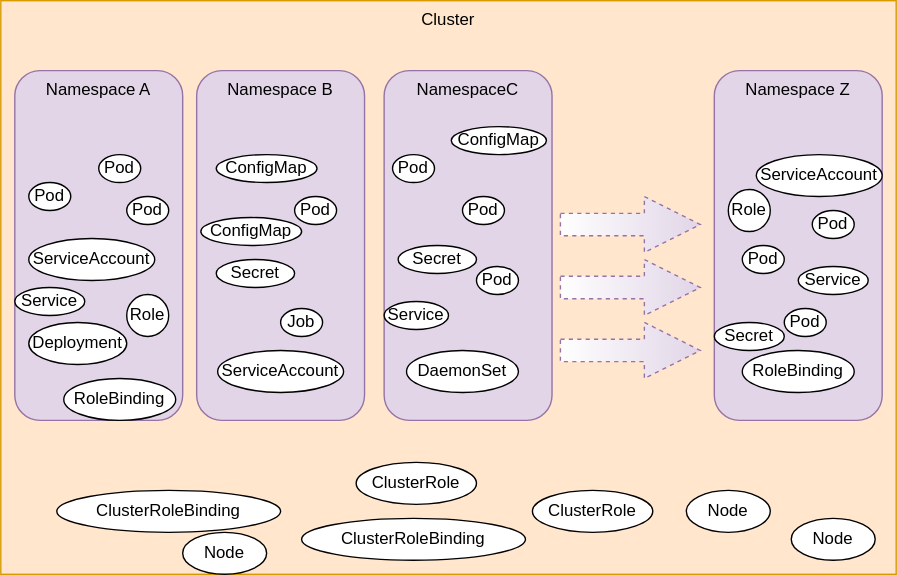
This is images/namespace.svg from obeyler/Formation-K8S, a draw.io export, as it was before one commit. Source tidied: cells renumbered, new cells last; positions are measured from the earlier drawing's top-left corner, leaving out a move shared by most shapes. Source of this version:
```xml
<mxGraphModel>
  <root>
    <mxCell id="0" />
    <mxCell id="1" parent="0" />
    <mxCell id="2" value="Cluster" style="rounded=0;whiteSpace=wrap;html=1;verticalAlign=top;align=center;fillColor=#ffe6cc;strokeColor=#d79b00;" parent="1" vertex="1">
      <mxGeometry width="640" height="410" as="geometry" />
    </mxCell>
    <mxCell id="3" value="Namespace A" style="rounded=1;whiteSpace=wrap;html=1;verticalAlign=top;fillColor=#e1d5e7;strokeColor=#9673a6;" parent="1" vertex="1">
      <mxGeometry x="10" y="50" width="120" height="250" as="geometry" />
    </mxCell>
    <mxCell id="4" value="Namespace B" style="rounded=1;whiteSpace=wrap;html=1;verticalAlign=top;fillColor=#e1d5e7;strokeColor=#9673a6;" parent="1" vertex="1">
      <mxGeometry x="140" y="50" width="120" height="250" as="geometry" />
    </mxCell>
    <mxCell id="5" value="NamespaceC" style="rounded=1;whiteSpace=wrap;html=1;verticalAlign=top;fillColor=#e1d5e7;strokeColor=#9673a6;" parent="1" vertex="1">
      <mxGeometry x="274" y="50" width="120" height="250" as="geometry" />
    </mxCell>
    <mxCell id="6" value="Namespace Z" style="rounded=1;whiteSpace=wrap;html=1;verticalAlign=top;fillColor=#e1d5e7;strokeColor=#9673a6;" parent="1" vertex="1">
      <mxGeometry x="510" y="50" width="120" height="250" as="geometry" />
    </mxCell>
    <mxCell id="7" value="Pod" style="ellipse;whiteSpace=wrap;html=1;" parent="1" vertex="1">
      <mxGeometry x="20" y="130" width="30" height="20" as="geometry" />
    </mxCell>
    <mxCell id="8" value="Job" style="ellipse;whiteSpace=wrap;html=1;" parent="1" vertex="1">
      <mxGeometry x="200" y="220" width="30" height="20" as="geometry" />
    </mxCell>
    <mxCell id="9" value="Deployment" style="ellipse;whiteSpace=wrap;html=1;" parent="1" vertex="1">
      <mxGeometry x="20" y="230" width="70" height="30" as="geometry" />
    </mxCell>
    <mxCell id="10" value="DaemonSet" style="ellipse;whiteSpace=wrap;html=1;" parent="1" vertex="1">
      <mxGeometry x="290" y="250" width="80" height="30" as="geometry" />
    </mxCell>
    <mxCell id="11" value="Role" style="ellipse;whiteSpace=wrap;html=1;" parent="1" vertex="1">
      <mxGeometry x="520" y="135" width="30" height="30" as="geometry" />
    </mxCell>
    <mxCell id="12" value="ClusterRoleBinding" style="ellipse;whiteSpace=wrap;html=1;" parent="1" vertex="1">
      <mxGeometry x="40" y="350" width="160" height="30" as="geometry" />
    </mxCell>
    <mxCell id="13" value="ServiceAccount" style="ellipse;whiteSpace=wrap;html=1;" parent="1" vertex="1">
      <mxGeometry x="20" y="170" width="90" height="30" as="geometry" />
    </mxCell>
    <mxCell id="14" value="Pod" style="ellipse;whiteSpace=wrap;html=1;" parent="1" vertex="1">
      <mxGeometry x="70" y="110" width="30" height="20" as="geometry" />
    </mxCell>
    <mxCell id="15" value="Pod" style="ellipse;whiteSpace=wrap;html=1;" parent="1" vertex="1">
      <mxGeometry x="210" y="140" width="30" height="20" as="geometry" />
    </mxCell>
    <mxCell id="16" value="Pod" style="ellipse;whiteSpace=wrap;html=1;" parent="1" vertex="1">
      <mxGeometry x="280" y="110" width="30" height="20" as="geometry" />
    </mxCell>
    <mxCell id="17" value="Pod" style="ellipse;whiteSpace=wrap;html=1;" parent="1" vertex="1">
      <mxGeometry x="330" y="140" width="30" height="20" as="geometry" />
    </mxCell>
    <mxCell id="18" value="Pod" style="ellipse;whiteSpace=wrap;html=1;" parent="1" vertex="1">
      <mxGeometry x="530" y="175" width="30" height="20" as="geometry" />
    </mxCell>
    <mxCell id="19" value="Pod" style="ellipse;whiteSpace=wrap;html=1;" parent="1" vertex="1">
      <mxGeometry x="580" y="150" width="30" height="20" as="geometry" />
    </mxCell>
    <mxCell id="20" value="Pod" style="ellipse;whiteSpace=wrap;html=1;" parent="1" vertex="1">
      <mxGeometry x="340" y="190" width="30" height="20" as="geometry" />
    </mxCell>
    <mxCell id="21" value="Pod" style="ellipse;whiteSpace=wrap;html=1;" parent="1" vertex="1">
      <mxGeometry x="560" y="220" width="30" height="20" as="geometry" />
    </mxCell>
    <mxCell id="22" value="Pod" style="ellipse;whiteSpace=wrap;html=1;" parent="1" vertex="1">
      <mxGeometry x="90" y="140" width="30" height="20" as="geometry" />
    </mxCell>
    <mxCell id="23" value="Role" style="ellipse;whiteSpace=wrap;html=1;" parent="1" vertex="1">
      <mxGeometry x="90" y="210" width="30" height="30" as="geometry" />
    </mxCell>
    <mxCell id="24" value="RoleBinding" style="ellipse;whiteSpace=wrap;html=1;" parent="1" vertex="1">
      <mxGeometry x="45" y="270" width="80" height="30" as="geometry" />
    </mxCell>
    <mxCell id="25" value="RoleBinding" style="ellipse;whiteSpace=wrap;html=1;" parent="1" vertex="1">
      <mxGeometry x="530" y="250" width="80" height="30" as="geometry" />
    </mxCell>
    <mxCell id="26" value="ServiceAccount" style="ellipse;whiteSpace=wrap;html=1;" parent="1" vertex="1">
      <mxGeometry x="155" y="250" width="90" height="30" as="geometry" />
    </mxCell>
    <mxCell id="27" value="ServiceAccount" style="ellipse;whiteSpace=wrap;html=1;" parent="1" vertex="1">
      <mxGeometry x="540" y="110" width="90" height="30" as="geometry" />
    </mxCell>
    <mxCell id="28" value="ClusterRole" style="ellipse;whiteSpace=wrap;html=1;" parent="1" vertex="1">
      <mxGeometry x="254" y="330" width="86" height="30" as="geometry" />
    </mxCell>
    <mxCell id="29" value="ClusterRole" style="ellipse;whiteSpace=wrap;html=1;" parent="1" vertex="1">
      <mxGeometry x="380" y="350" width="86" height="30" as="geometry" />
    </mxCell>
    <mxCell id="30" value="ClusterRoleBinding" style="ellipse;whiteSpace=wrap;html=1;" parent="1" vertex="1">
      <mxGeometry x="215" y="370" width="160" height="30" as="geometry" />
    </mxCell>
    <mxCell id="31" style="html=1;shadow=0;dashed=1;align=center;verticalAlign=middle;shape=mxgraph.arrows2.arrow;dy=0.6;dx=40;notch=0;fillColor=#e1d5e7;strokeColor=#9673a6;gradientDirection=west;gradientColor=#ffffff;" parent="1" vertex="1">
      <mxGeometry x="400" y="140" width="100" height="40" as="geometry" />
    </mxCell>
    <mxCell id="32" value="Service" style="ellipse;whiteSpace=wrap;html=1;" parent="1" vertex="1">
      <mxGeometry x="570" y="190" width="50" height="20" as="geometry" />
    </mxCell>
    <mxCell id="33" value="Service" style="ellipse;whiteSpace=wrap;html=1;" parent="1" vertex="1">
      <mxGeometry x="10" y="205" width="50" height="20" as="geometry" />
    </mxCell>
    <mxCell id="34" value="Service" style="ellipse;whiteSpace=wrap;html=1;" parent="1" vertex="1">
      <mxGeometry x="274" y="215" width="46" height="20" as="geometry" />
    </mxCell>
    <mxCell id="35" value="Node" style="ellipse;whiteSpace=wrap;html=1;" parent="1" vertex="1">
      <mxGeometry x="490" y="350" width="60" height="30" as="geometry" />
    </mxCell>
    <mxCell id="36" value="Node" style="ellipse;whiteSpace=wrap;html=1;" parent="1" vertex="1">
      <mxGeometry x="565" y="370" width="60" height="30" as="geometry" />
    </mxCell>
    <mxCell id="37" value="Node" style="ellipse;whiteSpace=wrap;html=1;" parent="1" vertex="1">
      <mxGeometry x="130" y="380" width="60" height="30" as="geometry" />
    </mxCell>
    <mxCell id="38" style="html=1;shadow=0;dashed=1;align=center;verticalAlign=middle;shape=mxgraph.arrows2.arrow;dy=0.6;dx=40;notch=0;fillColor=#e1d5e7;strokeColor=#9673a6;gradientDirection=west;gradientColor=#ffffff;" parent="1" vertex="1">
      <mxGeometry x="400" y="185" width="100" height="40" as="geometry" />
    </mxCell>
    <mxCell id="39" style="html=1;shadow=0;dashed=1;align=center;verticalAlign=middle;shape=mxgraph.arrows2.arrow;dy=0.6;dx=40;notch=0;fillColor=#e1d5e7;strokeColor=#9673a6;gradientDirection=west;gradientColor=#ffffff;" parent="1" vertex="1">
      <mxGeometry x="400" y="230" width="100" height="40" as="geometry" />
    </mxCell>
    <mxCell id="40" value="Secret" style="ellipse;whiteSpace=wrap;html=1;" parent="1" vertex="1">
      <mxGeometry x="154" y="185" width="56" height="20" as="geometry" />
    </mxCell>
    <mxCell id="41" value="Secret" style="ellipse;whiteSpace=wrap;html=1;" parent="1" vertex="1">
      <mxGeometry x="284" y="175" width="56" height="20" as="geometry" />
    </mxCell>
    <mxCell id="42" value="Secret" style="ellipse;whiteSpace=wrap;html=1;" parent="1" vertex="1">
      <mxGeometry x="510" y="230" width="50" height="20" as="geometry" />
    </mxCell>
    <mxCell id="43" value="ConfigMap" style="ellipse;whiteSpace=wrap;html=1;" parent="1" vertex="1">
      <mxGeometry x="154" y="110" width="72" height="20" as="geometry" />
    </mxCell>
    <mxCell id="44" value="ConfigMap" style="ellipse;whiteSpace=wrap;html=1;" parent="1" vertex="1">
      <mxGeometry x="143" y="155" width="72" height="20" as="geometry" />
    </mxCell>
    <mxCell id="45" value="ConfigMap" style="ellipse;whiteSpace=wrap;html=1;" parent="1" vertex="1">
      <mxGeometry x="322" y="90" width="68" height="20" as="geometry" />
    </mxCell>
  </root>
</mxGraphModel>
```
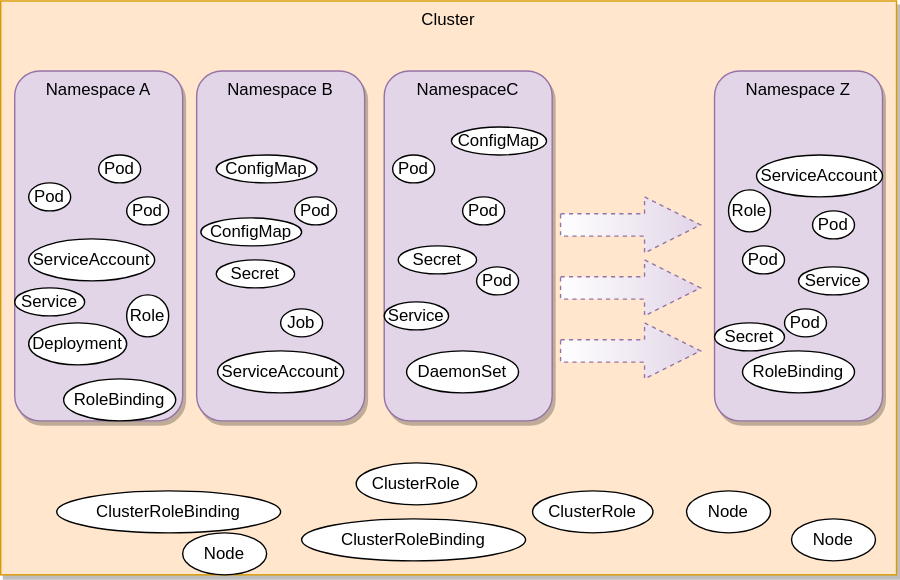
The same diagram one commit later.

Change to the diagram source:
```diff
@@ -2,19 +2,19 @@
   <root>
     <mxCell id="0" />
     <mxCell id="1" parent="0" />
-    <mxCell id="2" value="Cluster" style="rounded=0;whiteSpace=wrap;html=1;verticalAlign=top;align=center;fillColor=#ffe6cc;strokeColor=#d79b00;" parent="1" vertex="1">
+    <mxCell id="2" value="Cluster" style="rounded=0;whiteSpace=wrap;html=1;verticalAlign=top;align=center;fillColor=#ffe6cc;strokeColor=#d79b00;shadow=1;" parent="1" vertex="1">
       <mxGeometry width="640" height="410" as="geometry" />
     </mxCell>
-    <mxCell id="3" value="Namespace A" style="rounded=1;whiteSpace=wrap;html=1;verticalAlign=top;fillColor=#e1d5e7;strokeColor=#9673a6;" parent="1" vertex="1">
+    <mxCell id="3" value="Namespace A" style="rounded=1;whiteSpace=wrap;html=1;verticalAlign=top;fillColor=#e1d5e7;strokeColor=#9673a6;shadow=1;" parent="1" vertex="1">
       <mxGeometry x="10" y="50" width="120" height="250" as="geometry" />
     </mxCell>
-    <mxCell id="4" value="Namespace B" style="rounded=1;whiteSpace=wrap;html=1;verticalAlign=top;fillColor=#e1d5e7;strokeColor=#9673a6;" parent="1" vertex="1">
+    <mxCell id="4" value="Namespace B" style="rounded=1;whiteSpace=wrap;html=1;verticalAlign=top;fillColor=#e1d5e7;strokeColor=#9673a6;shadow=1;" parent="1" vertex="1">
       <mxGeometry x="140" y="50" width="120" height="250" as="geometry" />
     </mxCell>
-    <mxCell id="5" value="NamespaceC" style="rounded=1;whiteSpace=wrap;html=1;verticalAlign=top;fillColor=#e1d5e7;strokeColor=#9673a6;" parent="1" vertex="1">
+    <mxCell id="5" value="NamespaceC" style="rounded=1;whiteSpace=wrap;html=1;verticalAlign=top;fillColor=#e1d5e7;strokeColor=#9673a6;shadow=1;" parent="1" vertex="1">
       <mxGeometry x="274" y="50" width="120" height="250" as="geometry" />
     </mxCell>
-    <mxCell id="6" value="Namespace Z" style="rounded=1;whiteSpace=wrap;html=1;verticalAlign=top;fillColor=#e1d5e7;strokeColor=#9673a6;" parent="1" vertex="1">
+    <mxCell id="6" value="Namespace Z" style="rounded=1;whiteSpace=wrap;html=1;verticalAlign=top;fillColor=#e1d5e7;strokeColor=#9673a6;shadow=1;" parent="1" vertex="1">
       <mxGeometry x="510" y="50" width="120" height="250" as="geometry" />
     </mxCell>
     <mxCell id="7" value="Pod" style="ellipse;whiteSpace=wrap;html=1;" parent="1" vertex="1">
```
